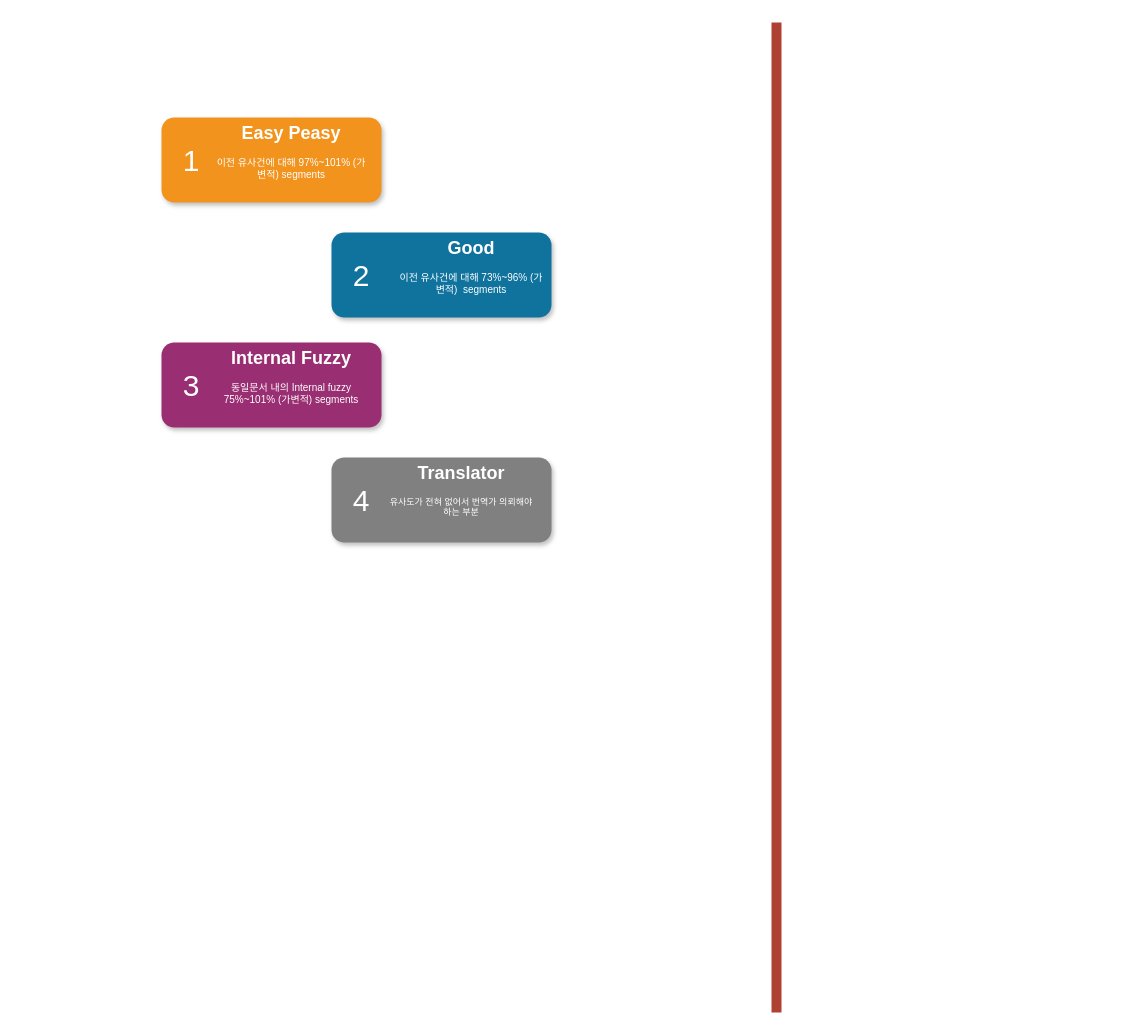
Before: Untitled Diagram.drawio in duodecanol/drawings, a draw.io diagram. Source tidied: cells renumbered, new cells numbered last; positions are measured from the earlier drawing's top-left corner, leaving out a move shared by most shapes. Both pictures are drawn from the tidied source at 100%, with x=0, y=0 at pixel (161, 22).
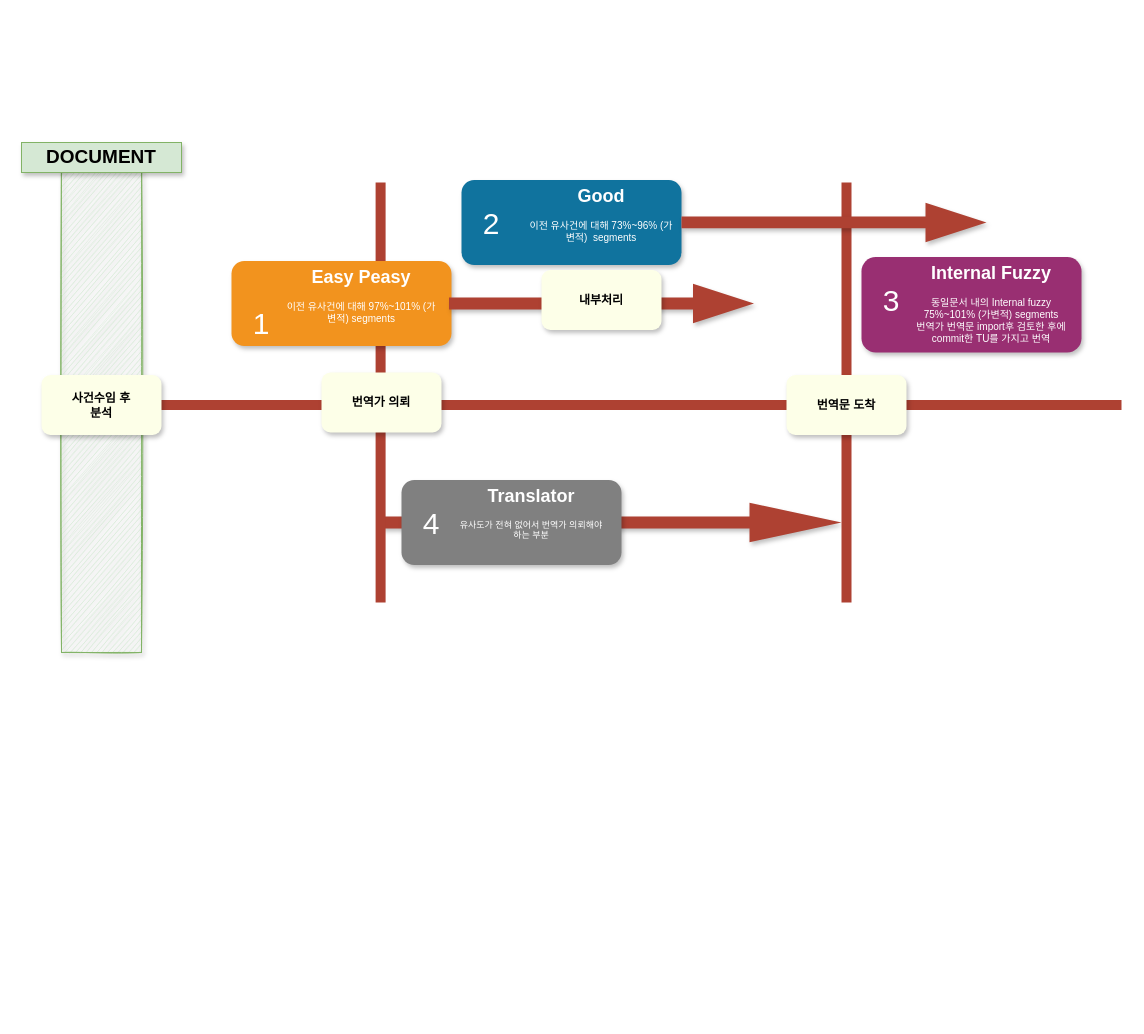
After the change.

The edit, as a diff of the source:
```diff
@@
+    <mxCell id="15" style="shape=singleArrow;whiteSpace=wrap;html=1;shadow=1;glass=0;sketch=0;fontSize=19;fillColor=#AE4132;strokeColor=none;" parent="1" vertex="1">
+      <mxGeometry x="220" y="480.2" width="460" height="39.5" as="geometry" />
+    </mxCell>
+    <mxCell id="16" style="line;strokeWidth=10;direction=south;html=1;fillColor=none;fontSize=13;fontColor=#000000;align=center;strokeColor=#AE4132;rotation=0;" parent="1" vertex="1">
+      <mxGeometry x="680" y="160" width="10" height="420" as="geometry" />
+    </mxCell>
+    <mxCell id="17" style="line;strokeWidth=10;direction=south;html=1;fillColor=none;fontSize=13;fontColor=#000000;align=center;strokeColor=#AE4132;rotation=0;" parent="1" vertex="1">
+      <mxGeometry x="215" y="160" width="8.2" height="420" as="geometry" />
+    </mxCell>
+    <mxCell id="18" style="rounded=0;whiteSpace=wrap;html=1;shadow=1;sketch=1;fillColor=#d5e8d4;strokeColor=#82b366;glass=0;" parent="1" vertex="1">
+      <mxGeometry x="-100" y="128" width="80" height="502" as="geometry" />
+    </mxCell>
-    <mxCell id="2" style="line;strokeWidth=10;direction=south;html=1;fillColor=none;fontSize=13;fontColor=#000000;align=center;strokeColor=#AE4132;" parent="1" vertex="1">
-      <mxGeometry x="610" width="10" height="990" as="geometry" />
+    <mxCell id="2" style="line;strokeWidth=10;direction=south;html=1;fillColor=none;fontSize=13;fontColor=#000000;align=center;strokeColor=#AE4132;rotation=-90;" parent="1" vertex="1">
+      <mxGeometry x="442.5" y="-130" width="10" height="1025" as="geometry" />
     </mxCell>
     <mxCell id="3" style="rounded=1;whiteSpace=wrap;html=1;strokeColor=none;strokeWidth=1;fillColor=#F2931E;fontSize=13;fontColor=#FFFFFF;align=center;gradientColor=none;gradientDirection=east;verticalAlign=top;shadow=1;" parent="1" vertex="1">
-      <mxGeometry y="95" width="220" height="85" as="geometry" />
+      <mxGeometry x="70" y="238.5" width="220" height="85" as="geometry" />
     </mxCell>
     <mxCell id="4" value="1" style="text;html=1;strokeColor=none;fillColor=none;align=center;verticalAlign=middle;whiteSpace=wrap;fontSize=30;fontColor=#FFFFFF;" parent="1" vertex="1">
-      <mxGeometry x="10" y="128" width="40" height="20" as="geometry" />
+      <mxGeometry x="80" y="290.5" width="40" height="20" as="geometry" />
     </mxCell>
     <mxCell id="5" style="rounded=1;whiteSpace=wrap;html=1;strokeColor=none;strokeWidth=1;fillColor=#10739E;fontSize=13;fontColor=#FFFFFF;align=center;gradientColor=none;gradientDirection=east;verticalAlign=top;shadow=1;" parent="1" vertex="1">
-      <mxGeometry x="170" y="210" width="220" height="85" as="geometry" />
+      <mxGeometry x="300" y="157.5" width="220" height="85" as="geometry" />
     </mxCell>
     <mxCell id="6" value="2" style="text;html=1;strokeColor=none;fillColor=none;align=center;verticalAlign=middle;whiteSpace=wrap;fontSize=30;fontColor=#FFFFFF;" parent="1" vertex="1">
-      <mxGeometry x="180" y="243" width="40" height="20" as="geometry" />
+      <mxGeometry x="310" y="190.5" width="40" height="20" as="geometry" />
     </mxCell>
     <mxCell id="7" style="rounded=1;whiteSpace=wrap;html=1;strokeColor=none;strokeWidth=1;fillColor=#992F72;fontSize=13;fontColor=#FFFFFF;align=center;gradientColor=none;gradientDirection=east;verticalAlign=top;shadow=1;" parent="1" vertex="1">
-      <mxGeometry y="320" width="220" height="85" as="geometry" />
+      <mxGeometry x="700" y="234.5" width="220" height="95.5" as="geometry" />
     </mxCell>
     <mxCell id="8" value="3" style="text;html=1;strokeColor=none;fillColor=none;align=center;verticalAlign=middle;whiteSpace=wrap;fontSize=30;fontColor=#FFFFFF;" parent="1" vertex="1">
-      <mxGeometry x="10" y="353" width="40" height="20" as="geometry" />
+      <mxGeometry x="710" y="267.5" width="40" height="20" as="geometry" />
     </mxCell>
     <mxCell id="9" style="rounded=1;whiteSpace=wrap;html=1;strokeColor=none;strokeWidth=1;fillColor=#808080;fontSize=13;fontColor=#FFFFFF;align=center;gradientColor=none;gradientDirection=east;verticalAlign=top;shadow=1;" parent="1" vertex="1">
-      <mxGeometry x="170" y="435" width="220" height="85" as="geometry" />
+      <mxGeometry x="240" y="457.5" width="220" height="85" as="geometry" />
     </mxCell>
     <mxCell id="10" value="4" style="text;html=1;strokeColor=none;fillColor=none;align=center;verticalAlign=middle;whiteSpace=wrap;fontSize=30;fontColor=#FFFFFF;" parent="1" vertex="1">
-      <mxGeometry x="180" y="468" width="40" height="20" as="geometry" />
+      <mxGeometry x="250" y="490.5" width="40" height="20" as="geometry" />
     </mxCell>
     <mxCell id="11" value="&lt;h1&gt;Easy Peasy&lt;/h1&gt;&lt;p&gt;&lt;font size=&quot;1&quot;&gt;이전 유사건에 대해 97%~101% (가변적) segments&lt;/font&gt;&lt;/p&gt;&lt;div&gt;&lt;br&gt;&lt;/div&gt;" style="text;html=1;spacing=5;spacingTop=-20;whiteSpace=wrap;overflow=hidden;strokeColor=none;strokeWidth=4;fillColor=none;gradientColor=#007FFF;fontSize=9;fontColor=#FFFFFF;align=center;" parent="1" vertex="1">
-      <mxGeometry x="50" y="99" width="160" height="77" as="geometry" />
+      <mxGeometry x="120" y="242.5" width="160" height="77" as="geometry" />
     </mxCell>
     <mxCell id="12" value="&lt;h1&gt;Good&lt;/h1&gt;&lt;p&gt;&lt;font size=&quot;1&quot;&gt;이전 유사건에 대해 73%~96% (가변적)&amp;nbsp; segments&lt;/font&gt;&lt;/p&gt;&lt;div&gt;&lt;br&gt;&lt;/div&gt;" style="text;html=1;spacing=5;spacingTop=-20;whiteSpace=wrap;overflow=hidden;strokeColor=none;strokeWidth=4;fillColor=none;gradientColor=#007FFF;fontSize=9;fontColor=#FFFFFF;align=center;" parent="1" vertex="1">
-      <mxGeometry x="230" y="214" width="160" height="77" as="geometry" />
+      <mxGeometry x="360" y="161.5" width="160" height="77" as="geometry" />
     </mxCell>
-    <mxCell id="13" value="&lt;h1&gt;Internal Fuzzy&lt;/h1&gt;&lt;p&gt;&lt;font size=&quot;1&quot;&gt;동일문서 내의 Internal fuzzy 75%~101% (가변적) segments&lt;/font&gt;&lt;/p&gt;&lt;div&gt;&lt;br&gt;&lt;/div&gt;" style="text;html=1;spacing=5;spacingTop=-20;whiteSpace=wrap;overflow=hidden;strokeColor=none;strokeWidth=4;fillColor=none;gradientColor=#007FFF;fontSize=9;fontColor=#FFFFFF;align=center;" parent="1" vertex="1">
-      <mxGeometry x="50" y="324" width="160" height="77" as="geometry" />
+    <mxCell id="13" value="&lt;h1&gt;Internal Fuzzy&lt;/h1&gt;&lt;p&gt;&lt;font size=&quot;1&quot;&gt;동일문서 내의 Internal fuzzy 75%~101% (가변적) segments&lt;br&gt;번역가 번역문 import후 검토한 후에 commit한 TU를 가지고 번역&lt;/font&gt;&lt;/p&gt;&lt;div&gt;&lt;br&gt;&lt;/div&gt;" style="text;html=1;spacing=5;spacingTop=-20;whiteSpace=wrap;overflow=hidden;strokeColor=none;strokeWidth=4;fillColor=none;gradientColor=#007FFF;fontSize=9;fontColor=#FFFFFF;align=center;" parent="1" vertex="1">
+      <mxGeometry x="750" y="238.5" width="160" height="91.5" as="geometry" />
     </mxCell>
     <mxCell id="14" value="&lt;h1&gt;Translator&lt;/h1&gt;&lt;p&gt;유사도가 전혀 없어서 번역가 의뢰해야 하는 부분&lt;/p&gt;" style="text;html=1;spacing=5;spacingTop=-20;whiteSpace=wrap;overflow=hidden;strokeColor=none;strokeWidth=4;fillColor=none;gradientColor=#007FFF;fontSize=9;fontColor=#FFFFFF;align=center;" parent="1" vertex="1">
-      <mxGeometry x="220" y="439" width="160" height="77" as="geometry" />
+      <mxGeometry x="290" y="461.5" width="160" height="77" as="geometry" />
     </mxCell>
+    <mxCell id="19" value="&lt;b&gt;사건수임 후&lt;br&gt;분석&lt;/b&gt;" style="rounded=1;whiteSpace=wrap;html=1;fillColor=#FDFFE8;shadow=1;sketch=0;strokeColor=none;" parent="1" vertex="1">
+      <mxGeometry x="-120" y="352.5" width="120" height="60" as="geometry" />
+    </mxCell>
+    <mxCell id="20" value="&lt;b&gt;번역가 의뢰&lt;/b&gt;" style="rounded=1;whiteSpace=wrap;html=1;fillColor=#FDFFE8;shadow=1;sketch=0;strokeColor=none;" parent="1" vertex="1">
+      <mxGeometry x="160" y="350" width="120" height="60" as="geometry" />
+    </mxCell>
+    <mxCell id="21" value="&lt;b&gt;&lt;font style=&quot;font-size: 19px&quot;&gt;DOCUMENT&lt;/font&gt;&lt;/b&gt;" style="rounded=0;whiteSpace=wrap;html=1;shadow=1;sketch=0;fillColor=#d5e8d4;strokeColor=#82b366;glass=0;" parent="1" vertex="1">
+      <mxGeometry x="-140" y="120" width="160" height="30" as="geometry" />
+    </mxCell>
+    <mxCell id="22" value="&lt;b&gt;번역문 도착&lt;/b&gt;" style="rounded=1;whiteSpace=wrap;html=1;fillColor=#FDFFE8;shadow=1;sketch=0;strokeColor=none;" parent="1" vertex="1">
+      <mxGeometry x="625" y="352.5" width="120" height="60" as="geometry" />
+    </mxCell>
+    <mxCell id="23" style="shape=singleArrow;whiteSpace=wrap;html=1;shadow=1;glass=0;sketch=0;fontSize=19;fillColor=#AE4132;strokeColor=none;" parent="1" vertex="1">
+      <mxGeometry x="287.5" y="261.2" width="305" height="39.5" as="geometry" />
+    </mxCell>
+    <mxCell id="24" style="shape=singleArrow;whiteSpace=wrap;html=1;shadow=1;glass=0;sketch=0;fontSize=19;fillColor=#AE4132;strokeColor=none;" parent="1" vertex="1">
+      <mxGeometry x="520" y="180.2" width="305" height="39.5" as="geometry" />
+    </mxCell>
+    <mxCell id="25" value="&lt;b&gt;내부처리&lt;/b&gt;" style="rounded=1;whiteSpace=wrap;html=1;fillColor=#FDFFE8;shadow=1;sketch=0;strokeColor=none;" parent="1" vertex="1">
+      <mxGeometry x="380" y="247.5" width="120" height="60" as="geometry" />
+    </mxCell>
```
